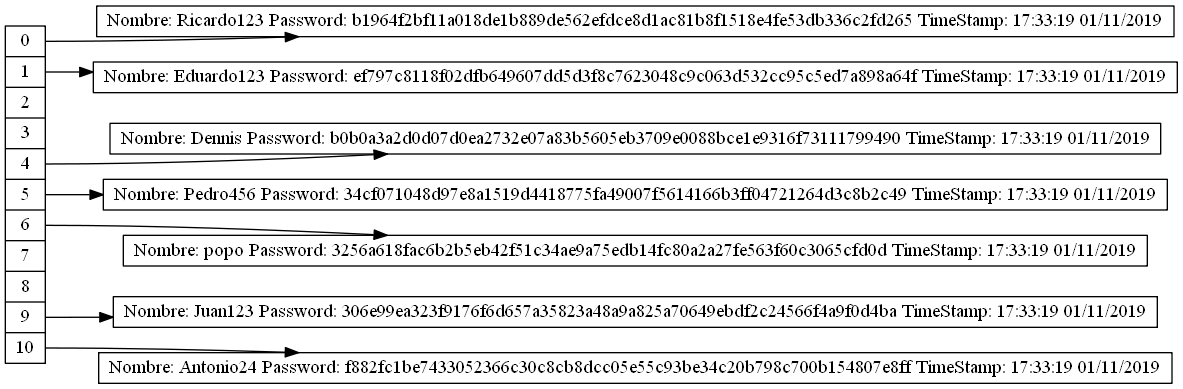
The Graphviz diagram Proyecto2/HashTable.png in Eduardo01004/EDD_2S2019_PY2_201612124, before a commit. Its source is kept beside it as Proyecto2/HashTable.dot.
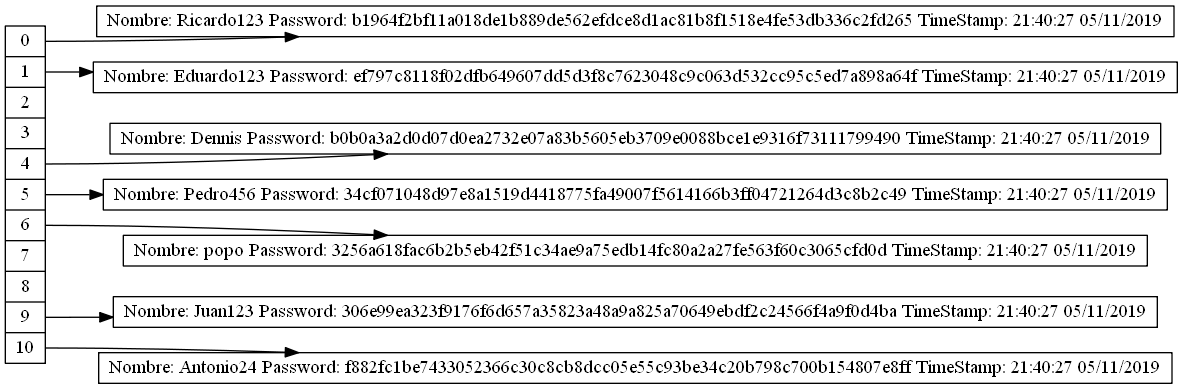
The same file after the commit.

The edit, as a diff of the source:
```diff
@@ -12,18 +12,18 @@
 <f8> 8 |
 <f9> 9 |
 <f10> 10"];
-nodoRicardo123 [label= "Nombre: Ricardo123 Password: b1964f2bf11a018de1b889de562efdce8d1ac81b8f1518e4fe53db336c2fd265 TimeStamp: 17:33:19 01/11/2019"];
+nodoRicardo123 [label= "Nombre: Ricardo123 Password: b1964f2bf11a018de1b889de562efdce8d1ac81b8f1518e4fe53db336c2fd265 TimeStamp: 21:40:27 05/11/2019"];
 "nodeTable":f0 -> nodoRicardo123
-nodoEduardo123 [label= "Nombre: Eduardo123 Password: ef797c8118f02dfb649607dd5d3f8c7623048c9c063d532cc95c5ed7a898a64f TimeStamp: 17:33:19 01/11/2019"];
+nodoEduardo123 [label= "Nombre: Eduardo123 Password: ef797c8118f02dfb649607dd5d3f8c7623048c9c063d532cc95c5ed7a898a64f TimeStamp: 21:40:27 05/11/2019"];
 "nodeTable":f1 -> nodoEduardo123
-nodoDennis [label= "Nombre: Dennis Password: b0b0a3a2d0d07d0ea2732e07a83b5605eb3709e0088bce1e9316f73111799490 TimeStamp: 17:33:19 01/11/2019"];
+nodoDennis [label= "Nombre: Dennis Password: b0b0a3a2d0d07d0ea2732e07a83b5605eb3709e0088bce1e9316f73111799490 TimeStamp: 21:40:27 05/11/2019"];
 "nodeTable":f4 -> nodoDennis
-nodoPedro456 [label= "Nombre: Pedro456 Password: 34cf071048d97e8a1519d4418775fa49007f5614166b3ff04721264d3c8b2c49 TimeStamp: 17:33:19 01/11/2019"];
+nodoPedro456 [label= "Nombre: Pedro456 Password: 34cf071048d97e8a1519d4418775fa49007f5614166b3ff04721264d3c8b2c49 TimeStamp: 21:40:27 05/11/2019"];
 "nodeTable":f5 -> nodoPedro456
-nodopopo [label= "Nombre: popo Password: 3256a618fac6b2b5eb42f51c34ae9a75edb14fc80a2a27fe563f60c3065cfd0d TimeStamp: 17:33:19 01/11/2019"];
+nodopopo [label= "Nombre: popo Password: 3256a618fac6b2b5eb42f51c34ae9a75edb14fc80a2a27fe563f60c3065cfd0d TimeStamp: 21:40:27 05/11/2019"];
 "nodeTable":f6 -> nodopopo
-nodoJuan123 [label= "Nombre: Juan123 Password: 306e99ea323f9176f6d657a35823a48a9a825a70649ebdf2c24566f4a9f0d4ba TimeStamp: 17:33:19 01/11/2019"];
+nodoJuan123 [label= "Nombre: Juan123 Password: 306e99ea323f9176f6d657a35823a48a9a825a70649ebdf2c24566f4a9f0d4ba TimeStamp: 21:40:27 05/11/2019"];
 "nodeTable":f9 -> nodoJuan123
-nodoAntonio24 [label= "Nombre: Antonio24 Password: f882fc1be7433052366c30c8cb8dcc05e55c93be34c20b798c700b154807e8ff TimeStamp: 17:33:19 01/11/2019"];
+nodoAntonio24 [label= "Nombre: Antonio24 Password: f882fc1be7433052366c30c8cb8dcc05e55c93be34c20b798c700b154807e8ff TimeStamp: 21:40:27 05/11/2019"];
 "nodeTable":f10 -> nodoAntonio24
 }
```
